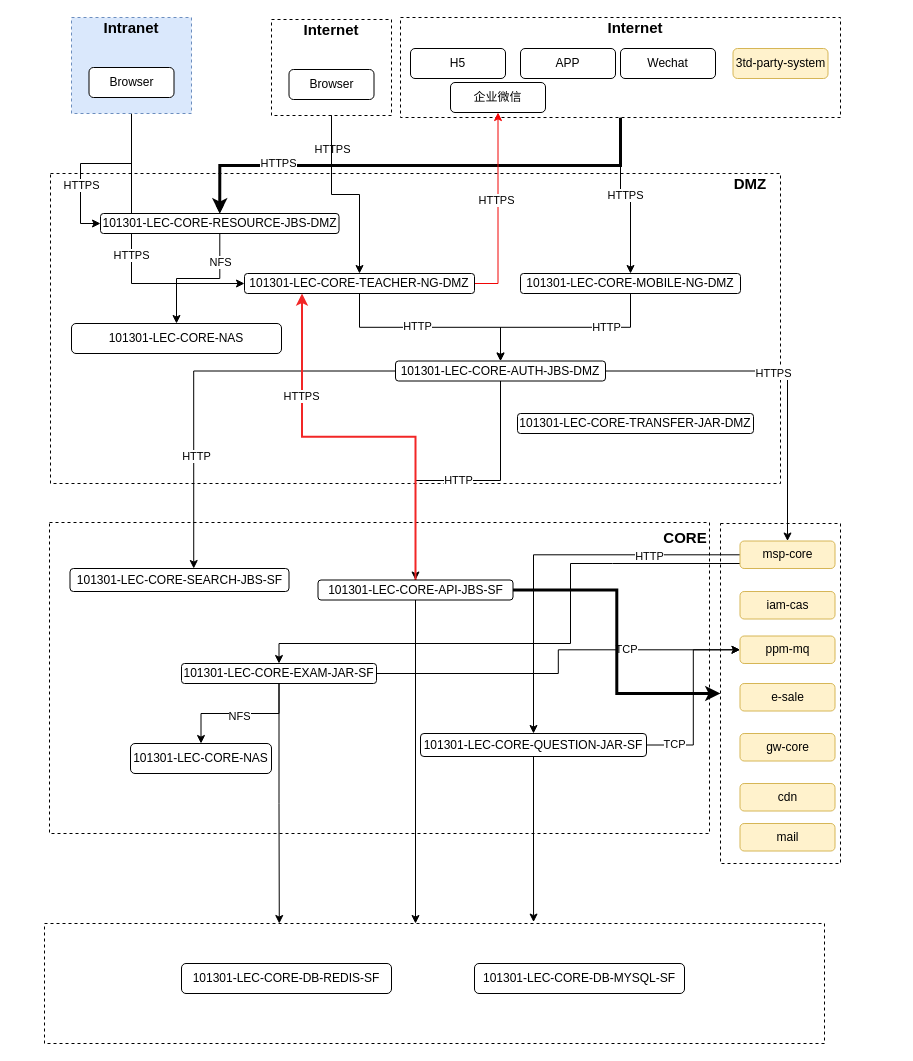
Earlier version of the draw.io diagram page "第 2 页" (2 of 2) of 部署逻辑图.drawio (rainerpiao/cloud-computing). Source tidied: cells renumbered, new cells numbered last; positions are measured from the earlier drawing's top-left corner, leaving out a move shared by most shapes. Both pictures are drawn from the tidied source at 100%, with x=0, y=0 at pixel (44, 17).
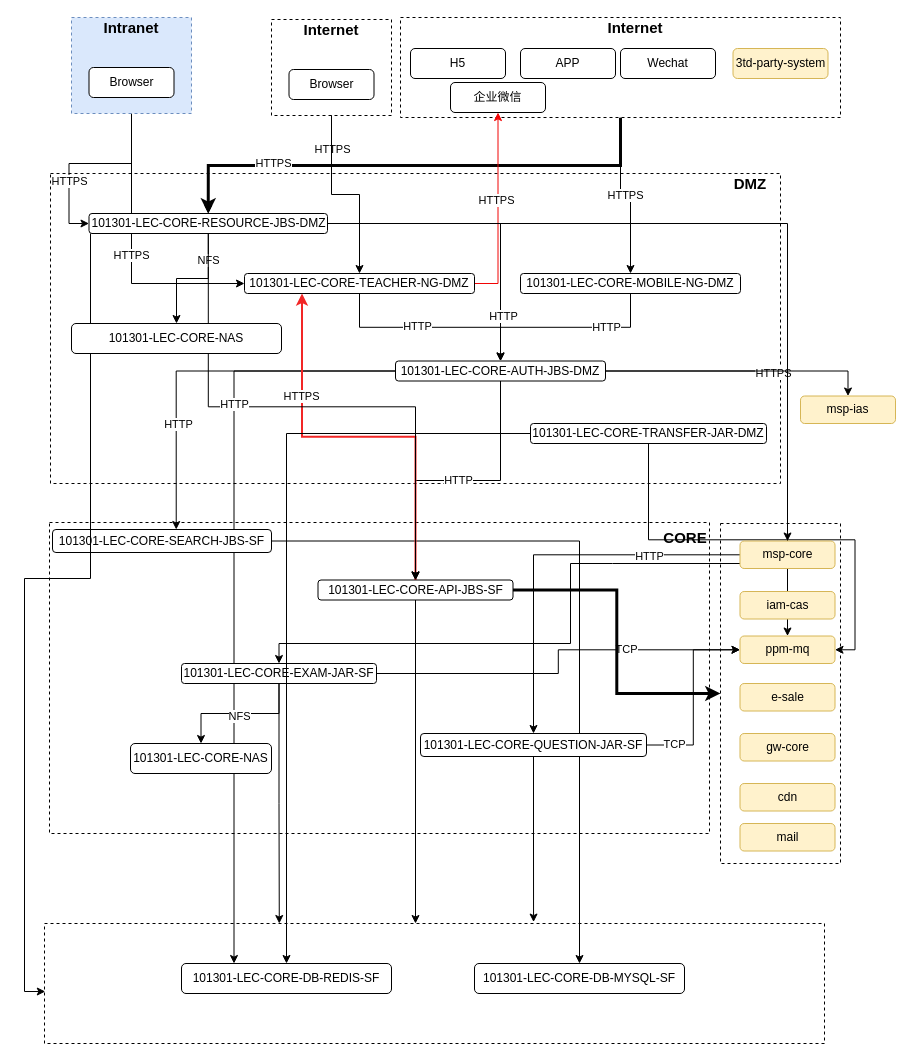
Above is the later version.

Commit message:
更新部署逻辑图.drawio

The change refers to these unchanged cells:
```xml
<mxCell id="9" style="rounded=0;whiteSpace=wrap;html=1;dashed=1;" parent="1" vertex="1">
  <mxGeometry y="906" width="780" height="120" as="geometry" />
</mxCell>
<mxCell id="30" value="101301-LEC-CORE-AUTH-JBS-DMZ" style="rounded=1;whiteSpace=wrap;html=1;strokeColor=default;fontFamily=Helvetica;fontSize=12;fontColor=default;fillColor=default;" parent="1" vertex="1">
  <mxGeometry x="351" y="343.5" width="210" height="20" as="geometry" />
</mxCell>
<mxCell id="41" value="101301-LEC-CORE-DB-MYSQL-SF" style="rounded=1;whiteSpace=wrap;html=1;strokeColor=default;fontFamily=Helvetica;fontSize=12;fontColor=default;fillColor=default;" parent="1" vertex="1">
  <mxGeometry x="430" y="946" width="210" height="30" as="geometry" />
</mxCell>
<mxCell id="47" value="101301-LEC-CORE-API-JBS-SF" style="rounded=1;whiteSpace=wrap;html=1;strokeColor=default;fontFamily=Helvetica;fontSize=12;fontColor=default;fillColor=default;" parent="1" vertex="1">
  <mxGeometry x="273.5" y="562.5" width="195" height="20" as="geometry" />
</mxCell>
<mxCell id="71" value="ppm-mq" style="rounded=1;whiteSpace=wrap;html=1;strokeColor=#d6b656;fontFamily=Helvetica;fontSize=12;fillColor=#fff2cc;" parent="1" vertex="1">
  <mxGeometry x="695.5" y="618.5" width="95" height="27.5" as="geometry" />
</mxCell>
<mxCell id="72" value="101301-LEC-CORE-DB-REDIS-SF" style="rounded=1;whiteSpace=wrap;html=1;strokeColor=default;fontFamily=Helvetica;fontSize=12;fontColor=default;fillColor=default;" parent="1" vertex="1">
  <mxGeometry x="137" y="946" width="210" height="30" as="geometry" />
</mxCell>
```

Diff of the diagram source:
```diff
@@
+    <mxCell id="78" style="edgeStyle=orthogonalEdgeStyle;rounded=0;jettySize=auto;html=1;" parent="1" edge="1" source="30" target="91">
+      <mxGeometry relative="1" as="geometry" />
+    </mxCell>
+    <mxCell id="79" style="edgeStyle=orthogonalEdgeStyle;rounded=0;jettySize=auto;html=1;entryX=0.25;entryY=0;entryDx=0;entryDy=0;" parent="1" edge="1" source="30" target="72">
+      <mxGeometry relative="1" as="geometry" />
+    </mxCell>
@@
+    <mxCell id="80" style="edgeStyle=orthogonalEdgeStyle;rounded=0;jettySize=auto;html=1;" parent="1" edge="1" source="42" target="41">
+      <mxGeometry relative="1" as="geometry" />
+    </mxCell>
     <mxCell id="42" value="101301-LEC-CORE-SEARCH-JBS-SF" style="rounded=1;whiteSpace=wrap;html=1;strokeColor=default;fontFamily=Helvetica;fontSize=12;fontColor=default;fillColor=default;" parent="1" vertex="1">
-      <mxGeometry x="25.5" y="551" width="219" height="23" as="geometry" />
+      <mxGeometry x="8" y="512" width="219" height="23" as="geometry" />
     </mxCell>
@@
+    <mxCell id="81" style="edgeStyle=orthogonalEdgeStyle;rounded=0;jettySize=auto;html=1;entryX=0.5;entryY=0;entryDx=0;entryDy=0;" parent="1" edge="1" source="50" target="47">
+      <mxGeometry relative="1" as="geometry" />
+    </mxCell>
+    <mxCell id="82" value="HTTP" style="edgeLabel;html=1;align=center;verticalAlign=middle;" parent="81" vertex="1">
+      <mxGeometry x="-0.28" y="3" relative="1" as="geometry" />
+    </mxCell>
+    <mxCell id="83" style="edgeStyle=orthogonalEdgeStyle;rounded=0;jettySize=auto;html=1;entryX=0.5;entryY=0;entryDx=0;entryDy=0;" parent="1" edge="1" source="50" target="30">
+      <mxGeometry relative="1" as="geometry" />
+    </mxCell>
+    <mxCell id="84" value="HTTP" style="edgeLabel;html=1;align=center;verticalAlign=middle;" parent="83" vertex="1">
+      <mxGeometry x="0.7" y="2" relative="1" as="geometry">
+        <mxPoint y="1" as="offset" />
+      </mxGeometry>
+    </mxCell>
+    <mxCell id="85" style="edgeStyle=orthogonalEdgeStyle;rounded=0;jettySize=auto;html=1;entryX=0.001;entryY=0.567;entryDx=0;entryDy=0;entryPerimeter=0;" parent="1" edge="1" source="50" target="9">
+      <mxGeometry relative="1" as="geometry">
+        <Array as="points">
+          <mxPoint x="46" y="561" />
+          <mxPoint x="-20" y="561" />
+          <mxPoint x="-20" y="974" />
+        </Array>
+      </mxGeometry>
+    </mxCell>
+    <mxCell id="86" style="edgeStyle=orthogonalEdgeStyle;rounded=0;jettySize=auto;html=1;" parent="1" edge="1" source="50" target="71">
+      <mxGeometry relative="1" as="geometry" />
+    </mxCell>
     <mxCell id="50" value="101301-LEC-CORE-RESOURCE-JBS-DMZ" style="rounded=1;whiteSpace=wrap;html=1;strokeColor=default;fontFamily=Helvetica;fontSize=12;fontColor=default;fillColor=default;" parent="1" vertex="1">
-      <mxGeometry x="56" y="196" width="238.5" height="20" as="geometry" />
+      <mxGeometry x="44.5" y="196" width="238.5" height="20" as="geometry" />
     </mxCell>
+    <mxCell id="87" style="edgeStyle=orthogonalEdgeStyle;rounded=0;jettySize=auto;html=1;entryX=1;entryY=0.5;entryDx=0;entryDy=0;" parent="1" edge="1" source="51" target="71">
+      <mxGeometry relative="1" as="geometry" />
+    </mxCell>
+    <mxCell id="88" style="edgeStyle=orthogonalEdgeStyle;rounded=0;jettySize=auto;html=1;entryX=0.5;entryY=0;entryDx=0;entryDy=0;" parent="1" edge="1" source="51" target="47">
+      <mxGeometry relative="1" as="geometry" />
+    </mxCell>
+    <mxCell id="89" style="edgeStyle=orthogonalEdgeStyle;rounded=0;jettySize=auto;html=1;" parent="1" edge="1" source="51" target="72">
+      <mxGeometry relative="1" as="geometry" />
+    </mxCell>
+    <mxCell id="90" style="edgeStyle=orthogonalEdgeStyle;rounded=0;jettySize=auto;html=1;entryX=0.5;entryY=0;entryDx=0;entryDy=0;" parent="1" edge="1" source="51" target="47">
+      <mxGeometry relative="1" as="geometry" />
+    </mxCell>
     <mxCell id="51" value="101301-LEC-CORE-TRANSFER-JAR-DMZ" style="rounded=1;whiteSpace=wrap;html=1;strokeColor=default;fontFamily=Helvetica;fontSize=12;fontColor=default;fillColor=default;" parent="1" vertex="1">
-      <mxGeometry x="473" y="396" width="236" height="20" as="geometry" />
+      <mxGeometry x="486" y="406" width="236" height="20" as="geometry" />
     </mxCell>
@@
+    <mxCell id="91" value="msp-ias" style="rounded=1;whiteSpace=wrap;html=1;strokeColor=#d6b656;fontFamily=Helvetica;fontSize=12;fillColor=#fff2cc;" parent="1" vertex="1">
+      <mxGeometry x="756" y="378.5" width="95" height="27.5" as="geometry" />
+    </mxCell>
```
